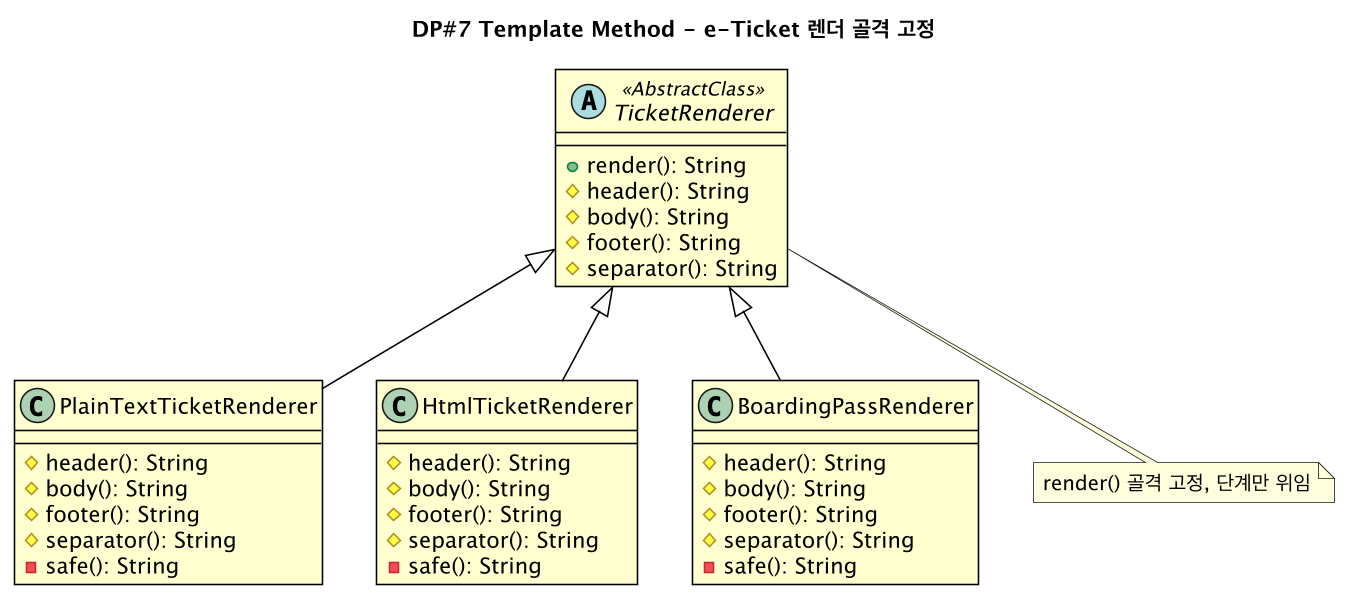
This is docs/diagrams/iter4-puml/dp7-template-method.png from gimjungwook/KoreanAirReservationDomain, a PlantUML export, as it was before one commit.
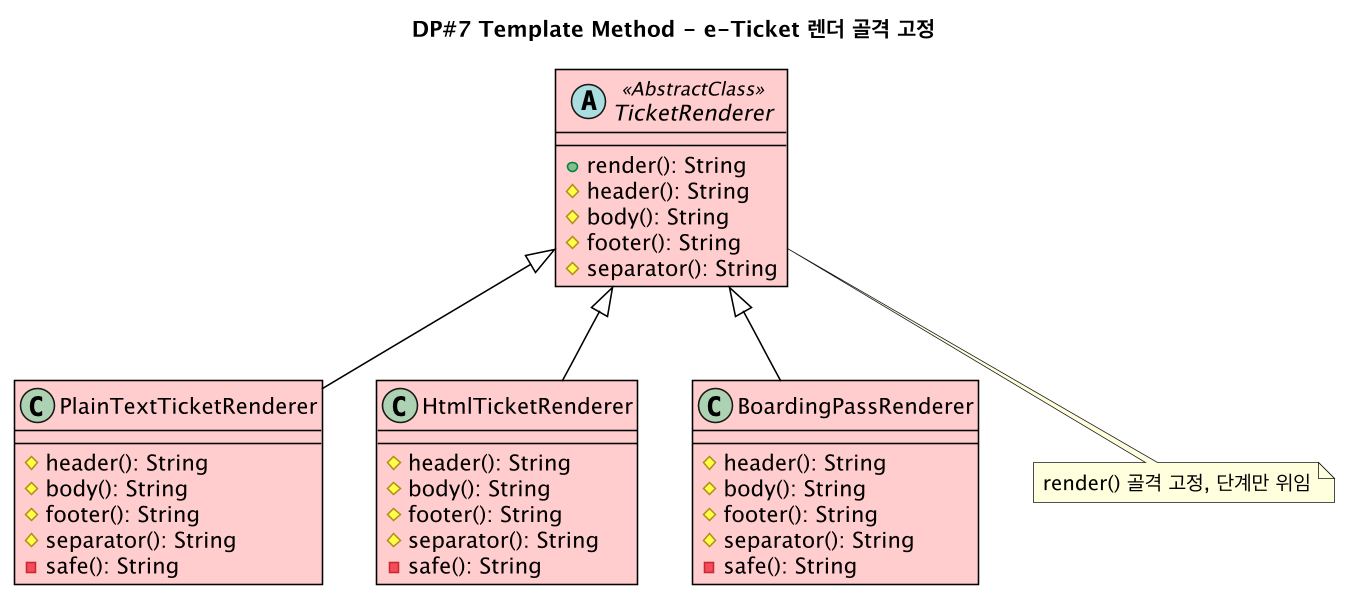
After the change.

Change to the diagram source:
```diff
@@ -1,28 +1,28 @@
 @startuml dp7-template-method
 !include _style.puml
 title DP#7 Template Method - e-Ticket 렌더 골격 고정
-abstract class TicketRenderer <<AbstractClass>> {
+abstract class TicketRenderer <<AbstractClass>> #FFCCCC {
   +render(): String
   #header(): String
   #body(): String
   #footer(): String
   #separator(): String
 }
-class PlainTextTicketRenderer {
+class PlainTextTicketRenderer #FFCCCC {
   #header(): String
   #body(): String
   #footer(): String
   #separator(): String
   -safe(): String
 }
-class HtmlTicketRenderer {
+class HtmlTicketRenderer #FFCCCC {
   #header(): String
   #body(): String
   #footer(): String
   #separator(): String
   -safe(): String
 }
-class BoardingPassRenderer {
+class BoardingPassRenderer #FFCCCC {
   #header(): String
   #body(): String
   #footer(): String
```
